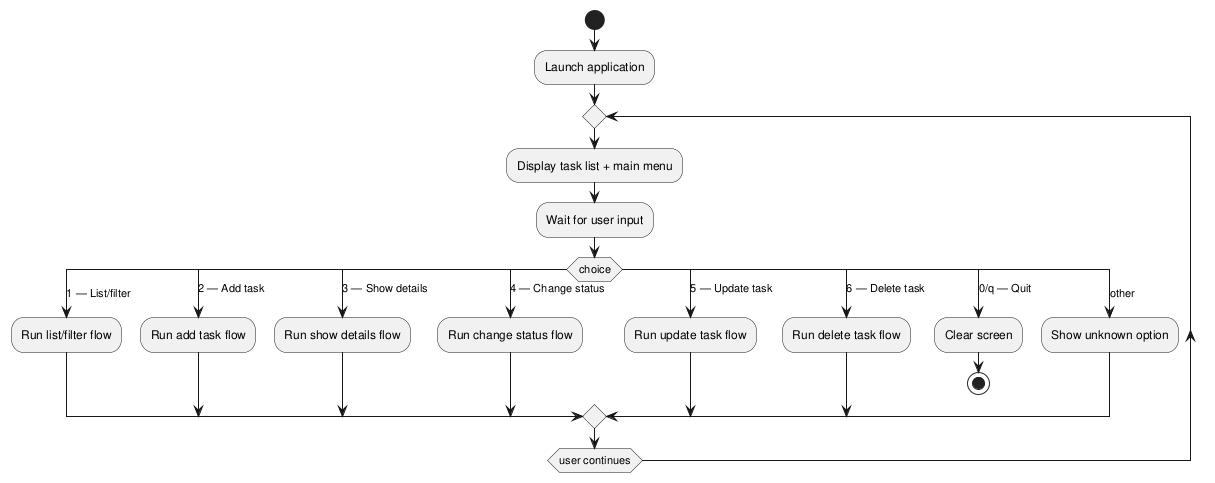
This is experiments/pipeline/user_stories/TODO/artifacts/activity_diagram.png from DanielRiha8906/Software_autoevolution_using_agents, a PlantUML export, as it was before one commit. Source of this version:
```plantuml
@startuml

start
:Launch application;

repeat
  :Display task list + main menu;
  :Wait for user input;

  switch (choice)
    case (1 — List/filter)
      :Run list/filter flow;
    case (2 — Add task)
      :Run add task flow;
    case (3 — Show details)
      :Run show details flow;
    case (4 — Change status)
      :Run change status flow;
    case (5 — Update task)
      :Run update task flow;
    case (6 — Delete task)
      :Run delete task flow;
    case (0/q — Quit)
      :Clear screen;
      stop
    case (other)
      :Show unknown option;
  endswitch

repeat while (user continues)

@enduml
```
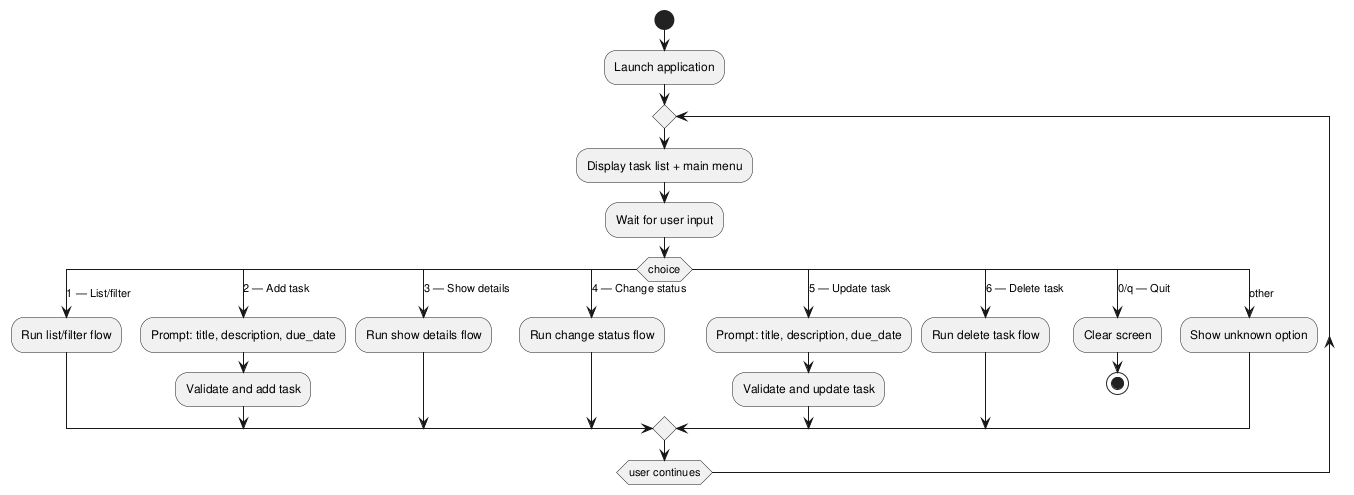
Above is the later version.

What changed in the source:
```diff
@@ -11,13 +11,15 @@
     case (1 — List/filter)
       :Run list/filter flow;
     case (2 — Add task)
-      :Run add task flow;
+      :Prompt: title, description, due_date;
+      :Validate and add task;
     case (3 — Show details)
       :Run show details flow;
     case (4 — Change status)
       :Run change status flow;
     case (5 — Update task)
-      :Run update task flow;
+      :Prompt: title, description, due_date;
+      :Validate and update task;
     case (6 — Delete task)
       :Run delete task flow;
     case (0/q — Quit)
```
